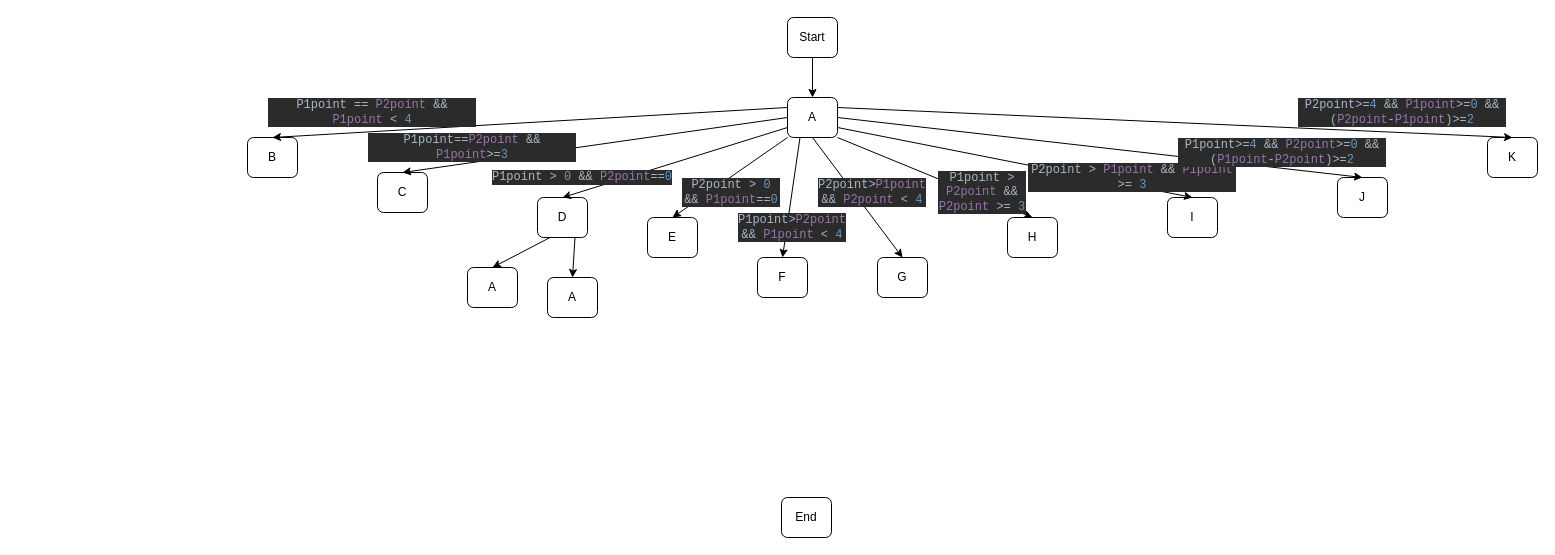
Earlier version of the draw.io diagram Diagramme sans nom.drawio (MikeIUTBayonne/TPTD3-Tennis). Source tidied: cells renumbered, new cells numbered last; positions are measured from the earlier drawing's top-left corner, leaving out a move shared by most shapes. Both pictures are drawn from the tidied source at 100%, with x=0, y=0 at pixel (247, 17).
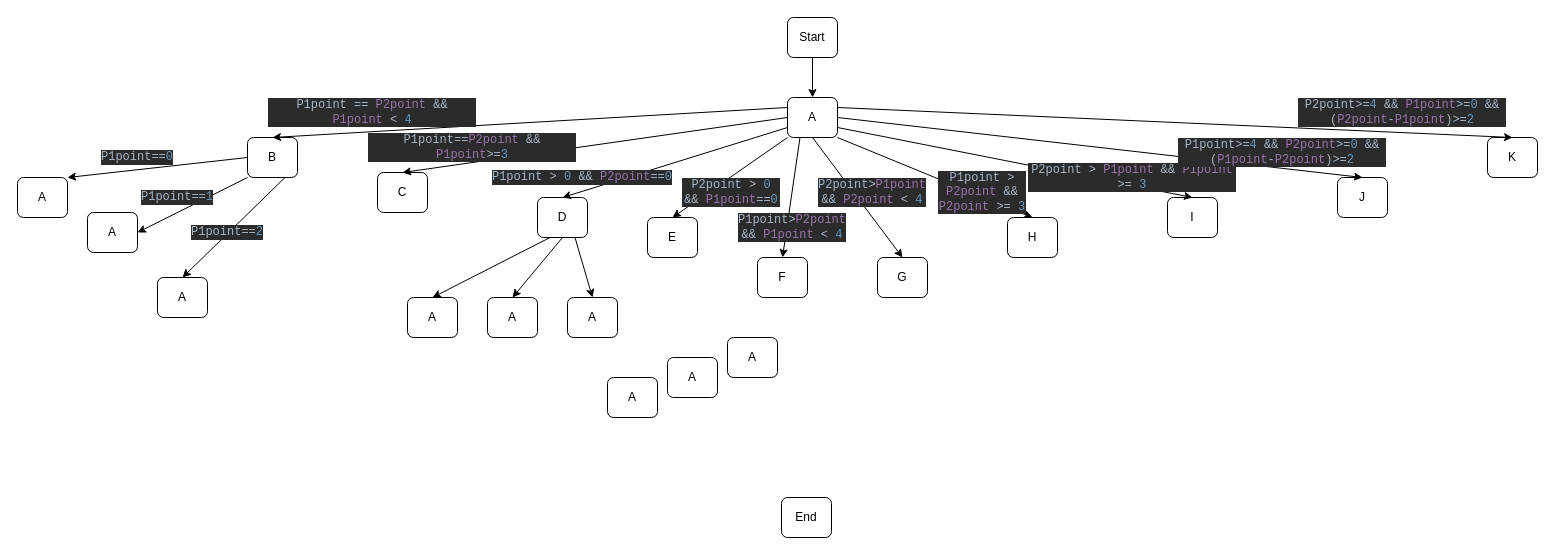
The same page after the edit.

Commit message (it also covers changes not shown here):
Mettre à jour Diagramme sans nom.drawio

The change refers to these unchanged cells:
```xml
<mxCell id="7" value="D" style="rounded=1;whiteSpace=wrap;html=1;" parent="1" vertex="1">
  <mxGeometry x="290" y="180" width="50" height="40" as="geometry" />
</mxCell>
<mxCell id="14" value="B" style="rounded=1;whiteSpace=wrap;html=1;" parent="1" vertex="1">
  <mxGeometry y="120" width="50" height="40" as="geometry" />
</mxCell>
```

What changed in the source:
```diff
@@
     <mxCell id="4" value="A" style="rounded=1;whiteSpace=wrap;html=1;" parent="1" vertex="1">
-      <mxGeometry x="300" y="260" width="50" height="40" as="geometry" />
+      <mxGeometry x="240" y="280" width="50" height="40" as="geometry" />
     </mxCell>
     <mxCell id="5" value="A" style="rounded=1;whiteSpace=wrap;html=1;" parent="1" vertex="1">
-      <mxGeometry x="220" y="250" width="50" height="40" as="geometry" />
+      <mxGeometry x="160" y="280" width="50" height="40" as="geometry" />
     </mxCell>
@@
-    <mxCell id="10" style="endArrow=classic;html=1;rounded=0;exitX=0.75;exitY=1;exitDx=0;exitDy=0;entryX=0.5;entryY=0;entryDx=0;entryDy=0;" parent="1" edge="1" source="7" target="4">
+    <mxCell id="10" style="endArrow=classic;html=1;rounded=0;exitX=0.5;exitY=1;exitDx=0;exitDy=0;entryX=0.5;entryY=0;entryDx=0;entryDy=0;" parent="1" edge="1" source="7" target="4">
       <mxGeometry relative="1" as="geometry" />
     </mxCell>
@@
+    <mxCell id="40" value="A" style="rounded=1;whiteSpace=wrap;html=1;" parent="1" vertex="1">
+      <mxGeometry x="-90" y="260" width="50" height="40" as="geometry" />
+    </mxCell>
+    <mxCell id="41" value="A" style="rounded=1;whiteSpace=wrap;html=1;" parent="1" vertex="1">
+      <mxGeometry x="-160" y="195" width="50" height="40" as="geometry" />
+    </mxCell>
+    <mxCell id="42" value="A" style="rounded=1;whiteSpace=wrap;html=1;" parent="1" vertex="1">
+      <mxGeometry x="-230" y="160" width="50" height="40" as="geometry" />
+    </mxCell>
+    <mxCell id="43" style="endArrow=classic;html=1;rounded=0;entryX=0.5;entryY=0;entryDx=0;entryDy=0;exitX=0.75;exitY=1;exitDx=0;exitDy=0;" parent="1" edge="1" source="14" target="40">
+      <mxGeometry relative="1" as="geometry" />
+    </mxCell>
+    <mxCell id="44" style="endArrow=classic;html=1;rounded=0;entryX=1;entryY=0.5;entryDx=0;entryDy=0;exitX=0;exitY=1;exitDx=0;exitDy=0;" parent="1" edge="1" source="14" target="41">
+      <mxGeometry relative="1" as="geometry" />
+    </mxCell>
+    <mxCell id="45" style="endArrow=classic;html=1;rounded=0;exitX=0;exitY=0.5;exitDx=0;exitDy=0;entryX=1;entryY=0;entryDx=0;entryDy=0;" parent="1" edge="1" source="14" target="42">
+      <mxGeometry relative="1" as="geometry" />
+    </mxCell>
+    <mxCell id="46" value="&lt;div style=&quot;background-color: rgb(43, 43, 43); color: rgb(169, 183, 198); font-family: &amp;quot;JetBrains Mono&amp;quot;, monospace;&quot;&gt;P1point==&lt;span style=&quot;color:#6897bb;&quot;&gt;0&lt;/span&gt;&lt;/div&gt;" style="text;html=1;strokeColor=none;fillColor=none;align=center;verticalAlign=middle;whiteSpace=wrap;rounded=0;" parent="1" vertex="1">
+      <mxGeometry x="-140" y="125" width="60" height="30" as="geometry" />
+    </mxCell>
+    <mxCell id="47" value="&lt;div style=&quot;background-color: rgb(43, 43, 43); color: rgb(169, 183, 198); font-family: &amp;quot;JetBrains Mono&amp;quot;, monospace;&quot;&gt;&lt;div style=&quot;&quot;&gt;P1point==&lt;span style=&quot;color:#6897bb;&quot;&gt;1&lt;/span&gt;&lt;/div&gt;&lt;/div&gt;" style="text;html=1;strokeColor=none;fillColor=none;align=center;verticalAlign=middle;whiteSpace=wrap;rounded=0;" parent="1" vertex="1">
+      <mxGeometry x="-100" y="165" width="60" height="30" as="geometry" />
+    </mxCell>
+    <mxCell id="48" value="&lt;div style=&quot;background-color: rgb(43, 43, 43); color: rgb(169, 183, 198); font-family: &amp;quot;JetBrains Mono&amp;quot;, monospace;&quot;&gt;&lt;div style=&quot;&quot;&gt;P1point==&lt;span style=&quot;color:#6897bb;&quot;&gt;2&lt;/span&gt;&lt;/div&gt;&lt;/div&gt;" style="text;html=1;strokeColor=none;fillColor=none;align=center;verticalAlign=middle;whiteSpace=wrap;rounded=0;" parent="1" vertex="1">
+      <mxGeometry x="-50" y="200" width="60" height="30" as="geometry" />
+    </mxCell>
+    <mxCell id="49" value="A" style="rounded=1;whiteSpace=wrap;html=1;" parent="1" vertex="1">
+      <mxGeometry x="320" y="280" width="50" height="40" as="geometry" />
+    </mxCell>
+    <mxCell id="50" style="endArrow=classic;html=1;rounded=0;entryX=0.5;entryY=0;entryDx=0;entryDy=0;exitX=0.75;exitY=1;exitDx=0;exitDy=0;" parent="1" edge="1" source="7" target="49">
+      <mxGeometry relative="1" as="geometry" />
+    </mxCell>
+    <mxCell id="51" value="A" style="rounded=1;whiteSpace=wrap;html=1;" parent="1" vertex="1">
+      <mxGeometry x="360" y="360" width="50" height="40" as="geometry" />
+    </mxCell>
+    <mxCell id="52" value="A" style="rounded=1;whiteSpace=wrap;html=1;" parent="1" vertex="1">
+      <mxGeometry x="420" y="340" width="50" height="40" as="geometry" />
+    </mxCell>
+    <mxCell id="53" value="A" style="rounded=1;whiteSpace=wrap;html=1;" parent="1" vertex="1">
+      <mxGeometry x="480" y="320" width="50" height="40" as="geometry" />
+    </mxCell>
```
